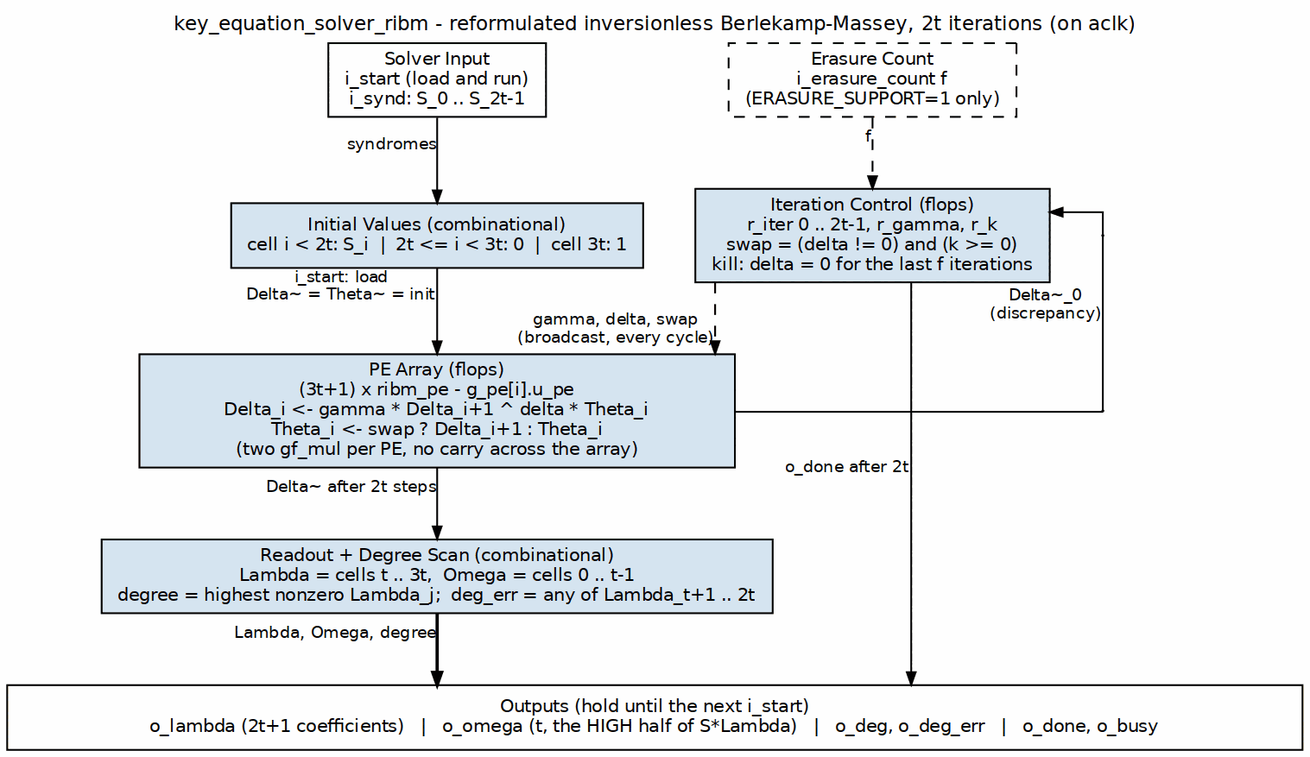
Above: projects/components/ecc-ip/reed-solomon/docs/reed_solomon_mas/assets/graphviz/rs_ribm_solver.png in sean-galloway/RTLDesignSherpa (Graphviz), before the change. Its source is kept beside it as projects/components/ecc-ip/reed-solomon/docs/reed_solomon_mas/assets/graphviz/rs_ribm_solver.dot. Source of this version:
```dot
digraph rs_ribm_solver {
    graph [rankdir=TB, bgcolor="white", fontname="Helvetica", fontsize=11,
           nodesep="0.40", ranksep="0.55", splines=ortho, newrank=true,
           labelloc=t, labeljust=c];
    node  [fontname="Helvetica", fontsize=10, shape=box, style=filled,
           fillcolor="#D6E4F0", color="black", margin="0.12,0.06"];
    edge  [fontname="Helvetica", fontsize=9, color="black", arrowsize=0.7];
    label="key_equation_solver_ribm - reformulated inversionless Berlekamp-Massey, 2t iterations (on aclk)";

    in    [label="Solver Input\ni_start (load and run)\ni_synd: S_0 .. S_2t-1", fillcolor="white", group=C];
    er    [label="Erasure Count\ni_erasure_count f\n(ERASURE_SUPPORT=1 only)", fillcolor="white", style="filled,dashed", group=R];

    init  [label="Initial Values (combinational)\ncell i < 2t: S_i  |  2t <= i < 3t: 0  |  cell 3t: 1", group=C];
    ctl   [label="Iteration Control (flops)\nr_iter 0 .. 2t-1, r_gamma, r_k\nswap = (delta != 0) and (k >= 0)\nkill: delta = 0 for the last f iterations", group=R];
    arr   [label="PE Array (flops)\n(3t+1) x ribm_pe - g_pe[i].u_pe\nDelta_i <- gamma * Delta_i+1 ^ delta * Theta_i\nTheta_i <- swap ? Delta_i+1 : Theta_i\n(two gf_mul per PE, no carry across the array)", group=C, width=4.6];
    rd    [label="Readout + Degree Scan (combinational)\nLambda = cells t .. 3t,  Omega = cells 0 .. t-1\ndegree = highest nonzero Lambda_j;  deg_err = any of Lambda_t+1 .. 2t", group=C];

    bar   [label="Outputs (hold until the next i_start)\no_lambda (2t+1 coefficients)   |   o_omega (t, the HIGH half of S*Lambda)   |   o_deg, o_deg_err   |   o_done, o_busy",
           fillcolor="white", width=10.0];

    in    -> init  [xlabel="syndromes"];
    init  -> arr   [xlabel="i_start: load\nDelta~ = Theta~ = init"];
    arr   -> rd    [xlabel="Delta~ after 2t steps"];
    rd    -> bar   [xlabel="Lambda, Omega, degree", penwidth=1.8];

    p_f1 [shape=point, width=0.01, group=F];
    p_f2 [shape=point, width=0.01, group=F];
    arr   -> p_f2 [arrowhead=none, headclip=false];
    p_f1  -> p_f2 [dir=none, tailclip=false, headclip=false, xlabel="Delta~_0\n(discrepancy)"];
    p_f1  -> ctl  [tailclip=false];

    ctl   -> arr   [style=dashed, xlabel="gamma, delta, swap\n(broadcast, every cycle)"];
    er    -> ctl   [style=dashed, xlabel="f"];
    ctl   -> bar   [xlabel="o_done after 2t"];

    { rank=same; in; er; }
    { rank=same; init; ctl; p_f1; }
    { rank=same; arr; p_f2; }
    in -> er [style=invis];
    init -> ctl -> p_f1 [style=invis];
}
```
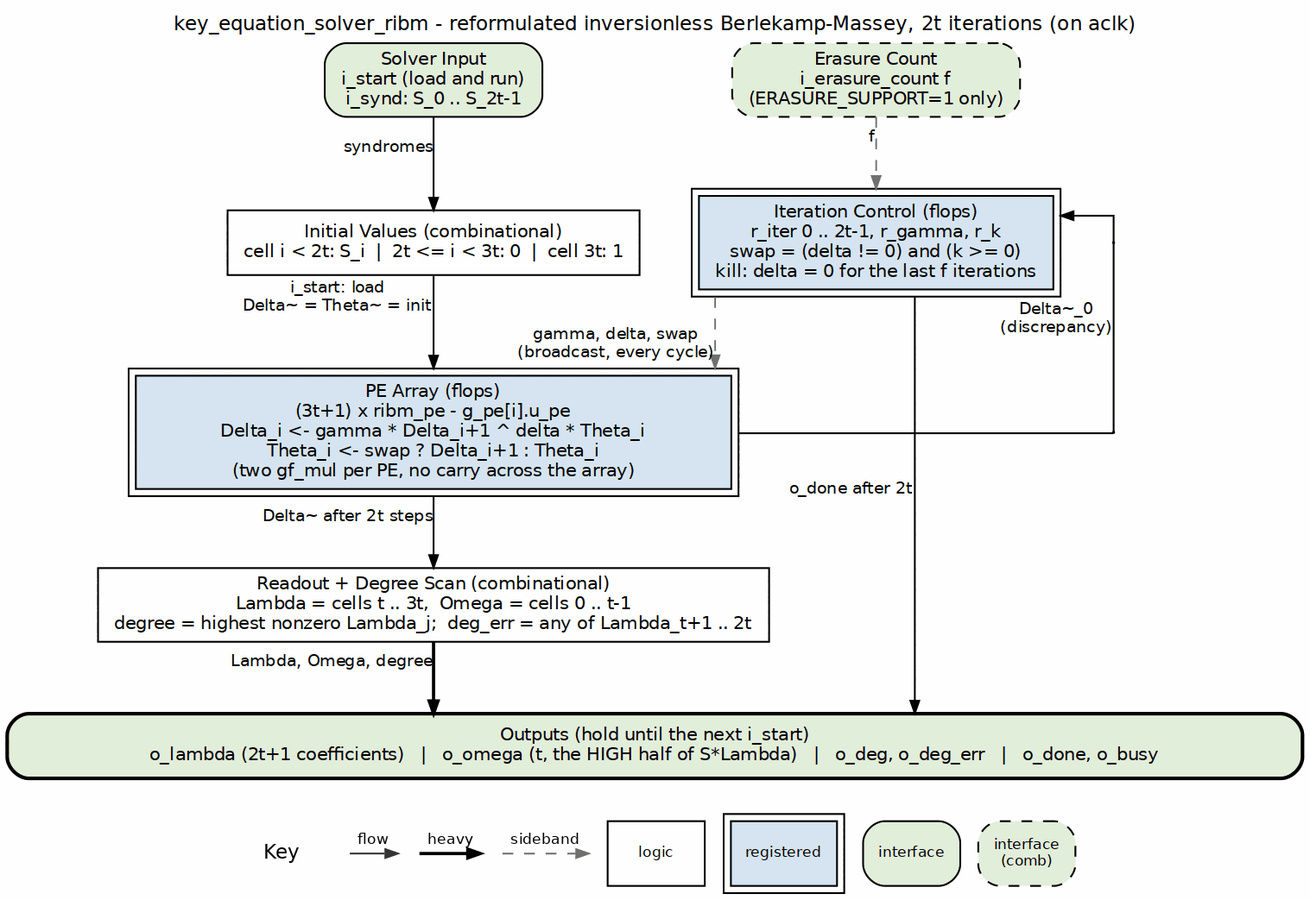
After the change.

What changed in the source:
```diff
@@ -3,20 +3,20 @@
            nodesep="0.40", ranksep="0.55", splines=ortho, newrank=true,
            labelloc=t, labeljust=c];
     node  [fontname="Helvetica", fontsize=10, shape=box, style=filled,
-           fillcolor="#D6E4F0", color="black", margin="0.12,0.06"];
+           fillcolor="white", color="black", margin="0.12,0.06"];
     edge  [fontname="Helvetica", fontsize=9, color="black", arrowsize=0.7];
     label="key_equation_solver_ribm - reformulated inversionless Berlekamp-Massey, 2t iterations (on aclk)";
 
-    in    [label="Solver Input\ni_start (load and run)\ni_synd: S_0 .. S_2t-1", fillcolor="white", group=C];
-    er    [label="Erasure Count\ni_erasure_count f\n(ERASURE_SUPPORT=1 only)", fillcolor="white", style="filled,dashed", group=R];
+    in    [label="Solver Input\ni_start (load and run)\ni_synd: S_0 .. S_2t-1", fillcolor="white", group=C, style="rounded,filled", fillcolor="#E2EFDA"];
+    er    [label="Erasure Count\ni_erasure_count f\n(ERASURE_SUPPORT=1 only)", fillcolor="white", style="filled,dashed", group=R, style="rounded,filled,dashed", fillcolor="#E2EFDA"];
 
-    init  [label="Initial Values (combinational)\ncell i < 2t: S_i  |  2t <= i < 3t: 0  |  cell 3t: 1", group=C];
-    ctl   [label="Iteration Control (flops)\nr_iter 0 .. 2t-1, r_gamma, r_k\nswap = (delta != 0) and (k >= 0)\nkill: delta = 0 for the last f iterations", group=R];
-    arr   [label="PE Array (flops)\n(3t+1) x ribm_pe - g_pe[i].u_pe\nDelta_i <- gamma * Delta_i+1 ^ delta * Theta_i\nTheta_i <- swap ? Delta_i+1 : Theta_i\n(two gf_mul per PE, no carry across the array)", group=C, width=4.6];
-    rd    [label="Readout + Degree Scan (combinational)\nLambda = cells t .. 3t,  Omega = cells 0 .. t-1\ndegree = highest nonzero Lambda_j;  deg_err = any of Lambda_t+1 .. 2t", group=C];
+    init  [label="Initial Values (combinational)\ncell i < 2t: S_i  |  2t <= i < 3t: 0  |  cell 3t: 1", group=C, style="filled", fillcolor="white"];
+    ctl   [label="Iteration Control (flops)\nr_iter 0 .. 2t-1, r_gamma, r_k\nswap = (delta != 0) and (k >= 0)\nkill: delta = 0 for the last f iterations", group=R, peripheries=2, style="filled", fillcolor="#D6E4F0"];
+    arr   [label="PE Array (flops)\n(3t+1) x ribm_pe - g_pe[i].u_pe\nDelta_i <- gamma * Delta_i+1 ^ delta * Theta_i\nTheta_i <- swap ? Delta_i+1 : Theta_i\n(two gf_mul per PE, no carry across the array)", group=C, width=4.6, peripheries=2, style="filled", fillcolor="#D6E4F0"];
+    rd    [label="Readout + Degree Scan (combinational)\nLambda = cells t .. 3t,  Omega = cells 0 .. t-1\ndegree = highest nonzero Lambda_j;  deg_err = any of Lambda_t+1 .. 2t", group=C, style="filled", fillcolor="white"];
 
     bar   [label="Outputs (hold until the next i_start)\no_lambda (2t+1 coefficients)   |   o_omega (t, the HIGH half of S*Lambda)   |   o_deg, o_deg_err   |   o_done, o_busy",
-           fillcolor="white", width=10.0];
+           fillcolor="white", width=10.0, style="rounded,filled,bold", fillcolor="#E2EFDA"];
 
     in    -> init  [xlabel="syndromes"];
     init  -> arr   [xlabel="i_start: load\nDelta~ = Theta~ = init"];
@@ -29,8 +29,8 @@
     p_f1  -> p_f2 [dir=none, tailclip=false, headclip=false, xlabel="Delta~_0\n(discrepancy)"];
     p_f1  -> ctl  [tailclip=false];
 
-    ctl   -> arr   [style=dashed, xlabel="gamma, delta, swap\n(broadcast, every cycle)"];
-    er    -> ctl   [style=dashed, xlabel="f"];
+    ctl   -> arr   [style=dashed, color="#777777", xlabel="gamma, delta, swap\n(broadcast, every cycle)"];
+    er    -> ctl   [style=dashed, color="#777777", xlabel="f"];
     ctl   -> bar   [xlabel="o_done after 2t"];
 
     { rank=same; in; er; }
```
